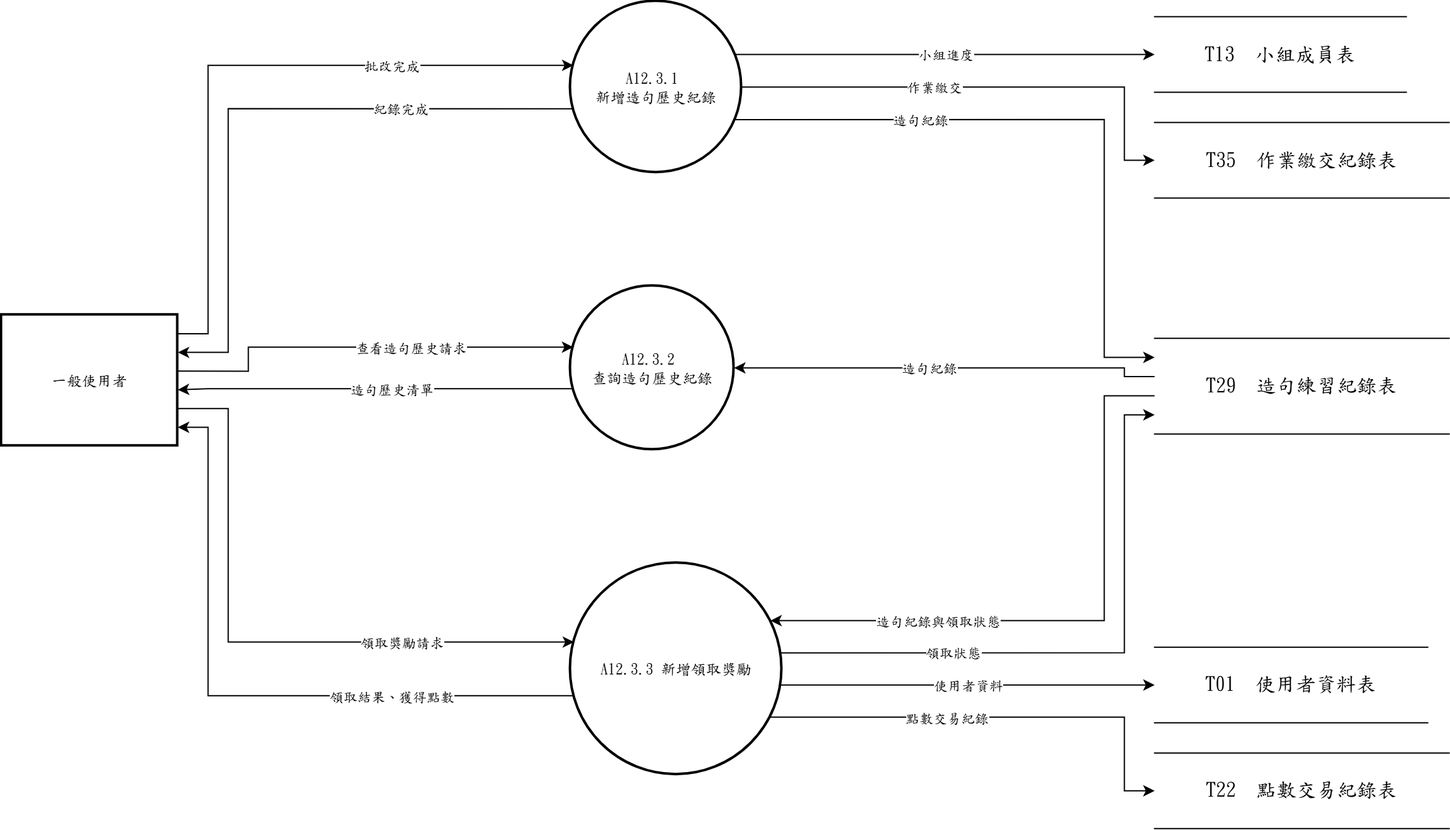
Earlier version of the draw.io export 系統文件/第6章/DFD圖/圖12/圖12-3.drawio.png (s22452007/115502). Source tidied: cells renumbered, new cells last; positions are measured from the earlier drawing's top-left corner, leaving out a move shared by most shapes.
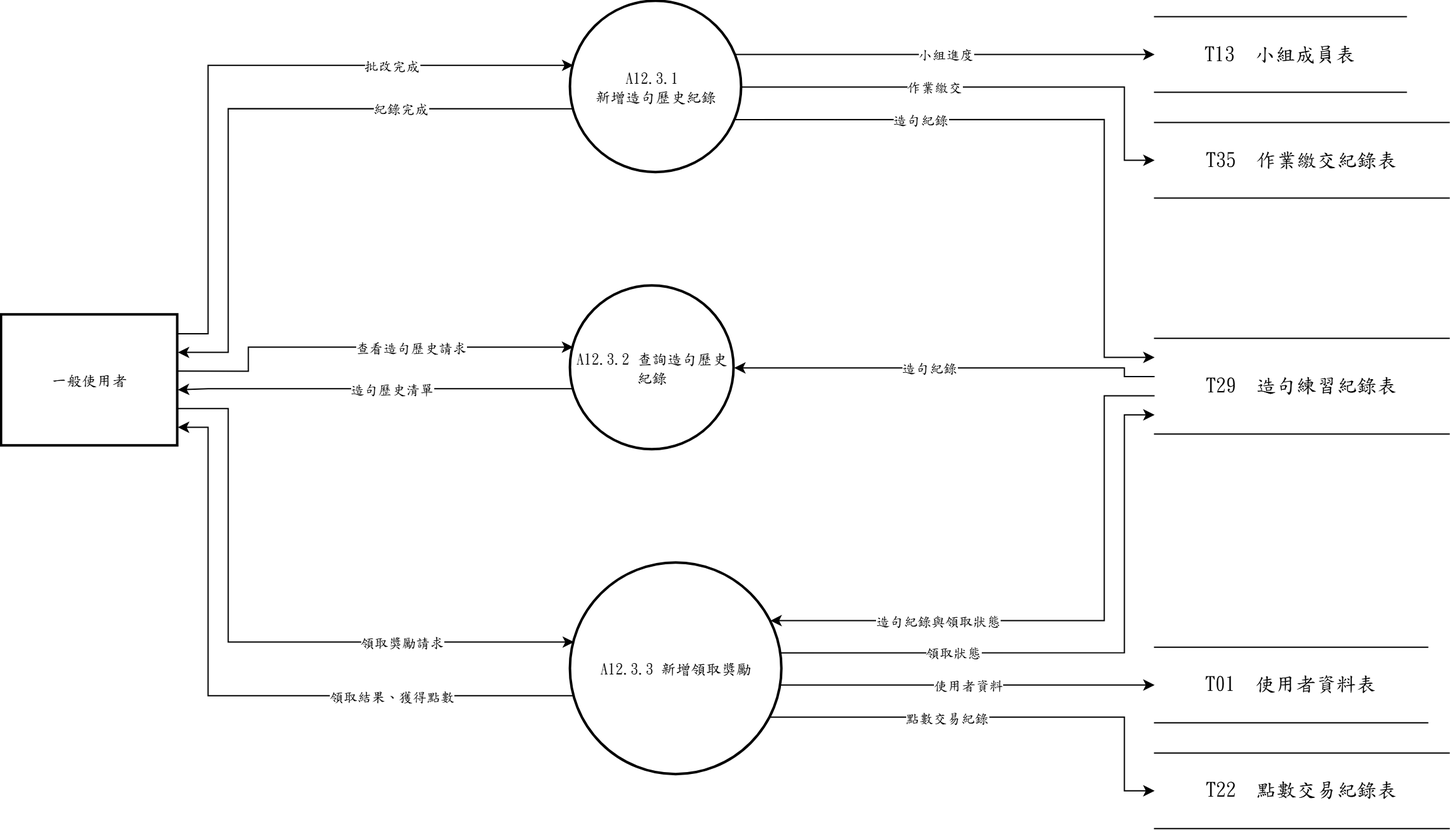
Later version of the same file.

Diff of the diagram source:
```diff
@@ -5,7 +5,7 @@
     <mxCell id="2" value="A12.3.1&amp;nbsp;&lt;div&gt;新增造句歷史紀錄&lt;/div&gt;" style="ellipse;strokeWidth=2;whiteSpace=wrap;html=1;fontFamily=標楷體;" parent="1" vertex="1">
       <mxGeometry x="452" width="136" height="136" as="geometry" />
     </mxCell>
-    <mxCell id="3" value="A12.3.2&amp;nbsp;&lt;div&gt;查詢造句歷史紀錄&lt;/div&gt;" style="ellipse;strokeWidth=2;whiteSpace=wrap;html=1;fontFamily=標楷體;" parent="1" vertex="1">
+    <mxCell id="3" value="A12.3.2 查詢造句歷史紀錄" style="ellipse;strokeWidth=2;whiteSpace=wrap;html=1;fontFamily=標楷體;" parent="1" vertex="1">
       <mxGeometry x="452" y="226" width="130" height="130" as="geometry" />
     </mxCell>
     <mxCell id="4" value="A12.3.3 新增領取獎勵" style="ellipse;strokeWidth=2;whiteSpace=wrap;html=1;fontFamily=標楷體;" parent="1" vertex="1">
```
